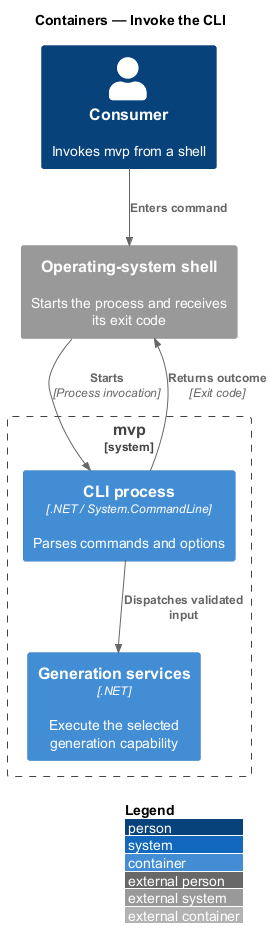
This is docs/detailed-designs/command-line/invoke-the-cli/diagrams/c4-container.png from QuinntyneBrown/mvp, a PlantUML export, as it was before one commit. Its diagram source:
```plantuml
@startuml
!include <C4/C4_Container>
LAYOUT_WITH_LEGEND()
title Containers — Invoke the CLI

Person(consumer, "Consumer", "Invokes mvp from a shell")
System_Boundary(mvp, "mvp") {
  Container(cli, "CLI process", ".NET / System.CommandLine", "Parses commands and options")
  Container(services, "Generation services", ".NET", "Execute the selected generation capability")
}
System_Ext(shell, "Operating-system shell", "Starts the process and receives its exit code")

Rel(consumer, shell, "Enters command")
Rel(shell, cli, "Starts", "Process invocation")
Rel(cli, services, "Dispatches validated input")
Rel(cli, shell, "Returns outcome", "Exit code")
@enduml
```
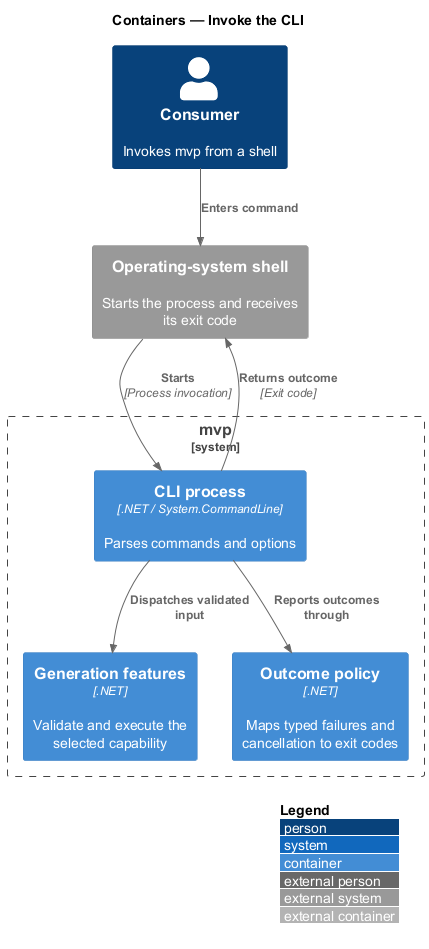
The same diagram one commit later.

Change to the diagram source:
```diff
@@ -6,12 +6,14 @@
 Person(consumer, "Consumer", "Invokes mvp from a shell")
 System_Boundary(mvp, "mvp") {
   Container(cli, "CLI process", ".NET / System.CommandLine", "Parses commands and options")
-  Container(services, "Generation services", ".NET", "Execute the selected generation capability")
+  Container(services, "Generation features", ".NET", "Validate and execute the selected capability")
+  Container(policy, "Outcome policy", ".NET", "Maps typed failures and cancellation to exit codes")
 }
 System_Ext(shell, "Operating-system shell", "Starts the process and receives its exit code")
 
 Rel(consumer, shell, "Enters command")
 Rel(shell, cli, "Starts", "Process invocation")
 Rel(cli, services, "Dispatches validated input")
+Rel(cli, policy, "Reports outcomes through")
 Rel(cli, shell, "Returns outcome", "Exit code")
 @enduml
```
